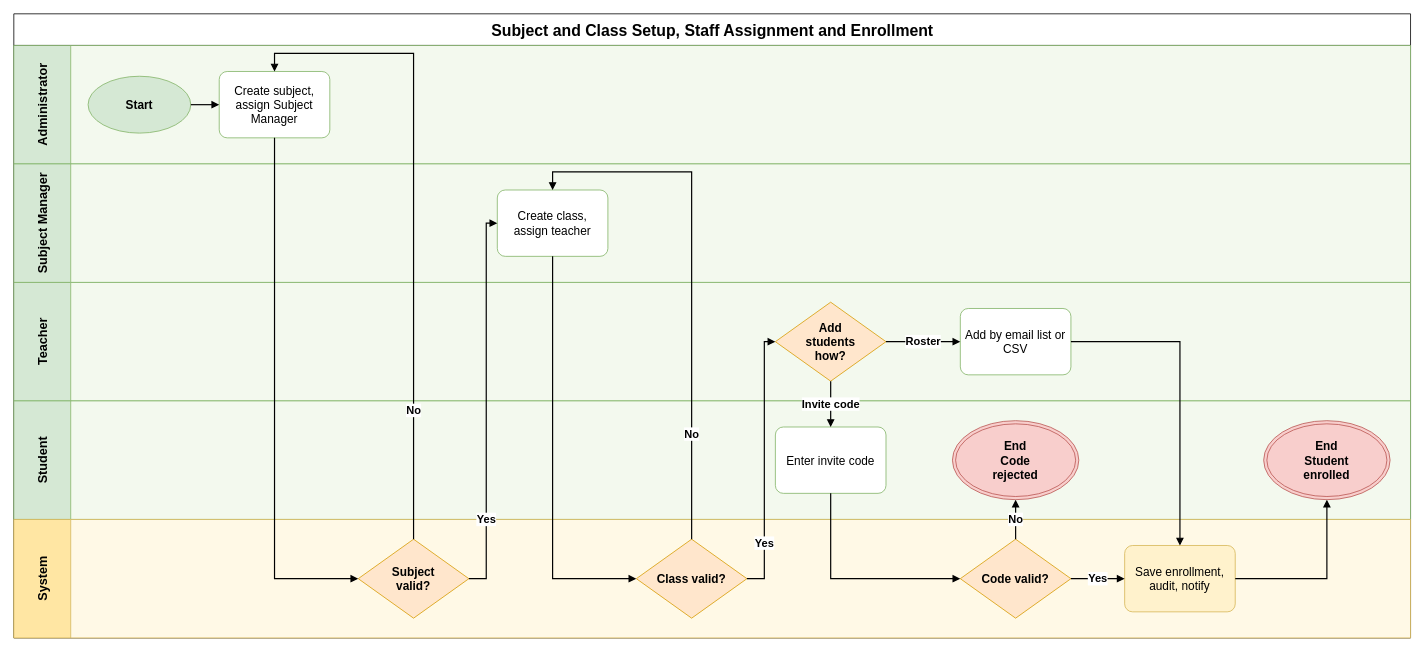
Earlier version of the draw.io diagram aidlc-docs/inception/main-business-flows/BF-01-Subject-Class-Setup-and-Enrollment.drawio (hygef-v4/AI-Powered-Learning-Platform). Source tidied: cells renumbered, new cells numbered last; positions are measured from the earlier drawing's top-left corner, leaving out a move shared by most shapes. Both pictures are drawn from the tidied source at 79%, with x=0, y=0 at pixel (13, 13).
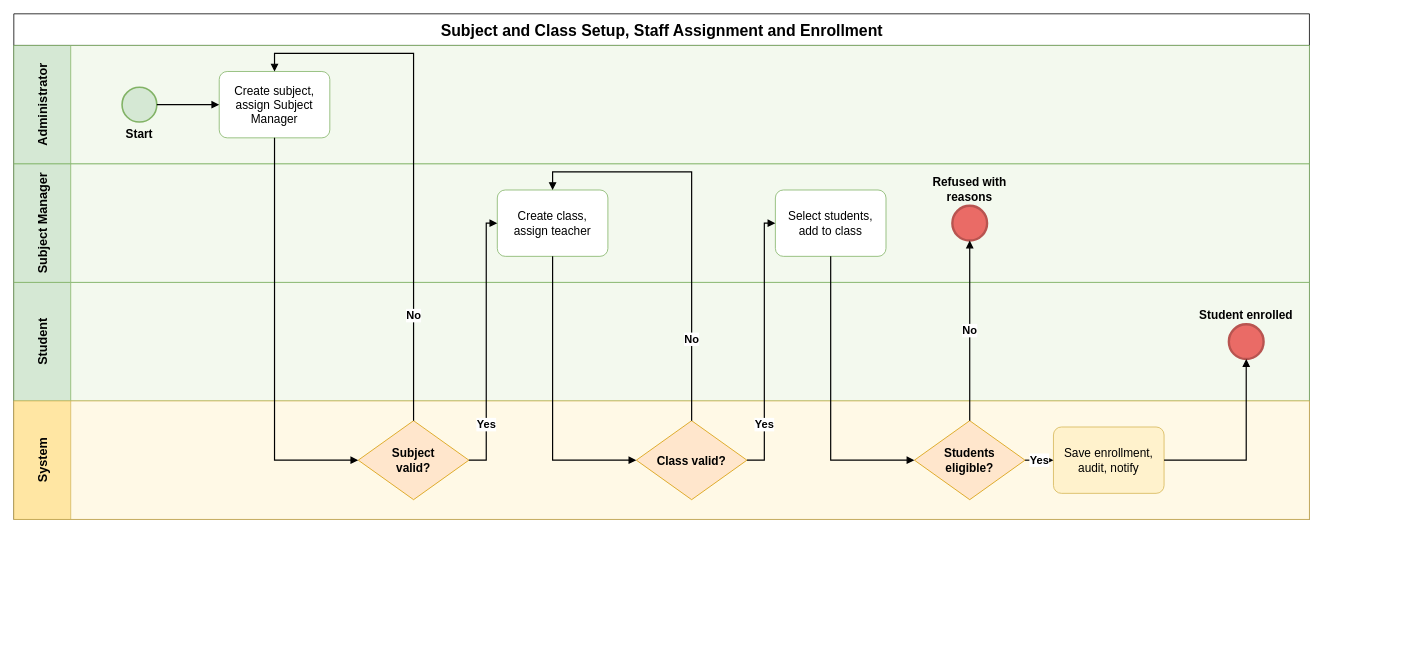
After the change.

The change refers to these unchanged cells:
```xml
<mxCell id="9" value="Create subject, assign Subject Manager" style="rounded=1;whiteSpace=wrap;html=1;fillColor=#FFFFFF;strokeColor=#82B366;fontSize=15;spacing=5;arcSize=12;" parent="3" vertex="1">
  <mxGeometry x="260" y="33" width="140" height="84" as="geometry" />
</mxCell>
<mxCell id="11" value="Create class, assign teacher" style="rounded=1;whiteSpace=wrap;html=1;fillColor=#FFFFFF;strokeColor=#82B366;fontSize=15;spacing=5;arcSize=12;" parent="4" vertex="1">
  <mxGeometry x="612" y="33" width="140" height="84" as="geometry" />
</mxCell>
```

Change to the diagram source:
```diff
@@
     <mxCell id="2" value="Subject and Class Setup, Staff Assignment and Enrollment" style="swimlane;horizontal=1;startSize=40;html=1;fontSize=20;fontStyle=1;align=center;verticalAlign=middle;" parent="1" vertex="1">
-      <mxGeometry width="1768" height="790" as="geometry" />
+      <mxGeometry width="1640" height="640" as="geometry" />
     </mxCell>
     <mxCell id="3" value="Administrator" style="swimlane;startSize=72;horizontal=0;html=1;whiteSpace=wrap;fillColor=#D5E8D4;swimlaneFillColor=#F3F9EE;strokeColor=#82B366;fontSize=16;fontStyle=1;align=center;verticalAlign=middle;spacing=4;" parent="2" vertex="1">
-      <mxGeometry y="40" width="1768" height="150" as="geometry" />
+      <mxGeometry y="40" width="1640" height="150" as="geometry" />
     </mxCell>
     <mxCell id="4" value="Subject Manager" style="swimlane;startSize=72;horizontal=0;html=1;whiteSpace=wrap;fillColor=#D5E8D4;swimlaneFillColor=#F3F9EE;strokeColor=#82B366;fontSize=16;fontStyle=1;align=center;verticalAlign=middle;spacing=4;" parent="2" vertex="1">
-      <mxGeometry y="190" width="1768" height="150" as="geometry" />
+      <mxGeometry y="190" width="1640" height="150" as="geometry" />
     </mxCell>
-    <mxCell id="5" value="Teacher" style="swimlane;startSize=72;horizontal=0;html=1;whiteSpace=wrap;fillColor=#D5E8D4;swimlaneFillColor=#F3F9EE;strokeColor=#82B366;fontSize=16;fontStyle=1;align=center;verticalAlign=middle;spacing=4;" parent="2" vertex="1">
-      <mxGeometry y="340" width="1768" height="150" as="geometry" />
+    <mxCell id="5" value="Student" style="swimlane;startSize=72;horizontal=0;html=1;whiteSpace=wrap;fillColor=#D5E8D4;swimlaneFillColor=#F3F9EE;strokeColor=#82B366;fontSize=16;fontStyle=1;align=center;verticalAlign=middle;spacing=4;" parent="2" vertex="1">
+      <mxGeometry y="340" width="1640" height="150" as="geometry" />
     </mxCell>
-    <mxCell id="6" value="Student" style="swimlane;startSize=72;horizontal=0;html=1;whiteSpace=wrap;fillColor=#D5E8D4;swimlaneFillColor=#F3F9EE;strokeColor=#82B366;fontSize=16;fontStyle=1;align=center;verticalAlign=middle;spacing=4;" parent="2" vertex="1">
-      <mxGeometry y="490" width="1768" height="150" as="geometry" />
+    <mxCell id="6" value="System" style="swimlane;startSize=72;horizontal=0;html=1;whiteSpace=wrap;fillColor=#FFE6A3;swimlaneFillColor=#FFF9E6;strokeColor=#D6B656;fontSize=16;fontStyle=1;align=center;verticalAlign=middle;spacing=4;" parent="2" vertex="1">
+      <mxGeometry y="490" width="1640" height="150" as="geometry" />
     </mxCell>
-    <mxCell id="7" value="System" style="swimlane;startSize=72;horizontal=0;html=1;whiteSpace=wrap;fillColor=#FFE6A3;swimlaneFillColor=#FFF9E6;strokeColor=#D6B656;fontSize=16;fontStyle=1;align=center;verticalAlign=middle;spacing=4;" parent="2" vertex="1">
-      <mxGeometry y="640" width="1768" height="150" as="geometry" />
-    </mxCell>
-    <mxCell id="8" value="Start" style="ellipse;whiteSpace=wrap;html=1;fillColor=#D5E8D4;strokeColor=#82B366;fontStyle=1;fontSize=15;" parent="3" vertex="1">
-      <mxGeometry x="94" y="39" width="130" height="72" as="geometry" />
+    <mxCell id="8" value="Start" style="ellipse;html=1;fillColor=#D5E8D4;strokeColor=#82B366;strokeWidth=2;fontStyle=1;fontSize=15;whiteSpace=wrap;verticalLabelPosition=bottom;verticalAlign=top;labelPosition=center;align=center;labelWidth=150;" parent="3" vertex="1">
+      <mxGeometry x="137" y="53" width="44" height="44" as="geometry" />
     </mxCell>
@@
-    <mxCell id="10" value="Subject valid?" style="rhombus;whiteSpace=wrap;html=1;fillColor=#FFE6CC;strokeColor=#D79B00;fontStyle=1;fontSize=15;spacing=2;spacingLeft=24;spacingRight=24;" parent="7" vertex="1">
+    <mxCell id="10" value="Subject valid?" style="rhombus;whiteSpace=wrap;html=1;fillColor=#FFE6CC;strokeColor=#D79B00;fontStyle=1;fontSize=15;spacing=2;spacingLeft=24;spacingRight=24;" parent="6" vertex="1">
       <mxGeometry x="436" y="25" width="140" height="100" as="geometry" />
     </mxCell>
@@
-    <mxCell id="12" value="Class valid?" style="rhombus;whiteSpace=wrap;html=1;fillColor=#FFE6CC;strokeColor=#D79B00;fontStyle=1;fontSize=15;spacing=2;spacingLeft=24;spacingRight=24;" parent="7" vertex="1">
+    <mxCell id="12" value="Class valid?" style="rhombus;whiteSpace=wrap;html=1;fillColor=#FFE6CC;strokeColor=#D79B00;fontStyle=1;fontSize=15;spacing=2;spacingLeft=24;spacingRight=24;" parent="6" vertex="1">
       <mxGeometry x="788" y="25" width="140" height="100" as="geometry" />
     </mxCell>
-    <mxCell id="13" value="Add students how?" style="rhombus;whiteSpace=wrap;html=1;fillColor=#FFE6CC;strokeColor=#D79B00;fontStyle=1;fontSize=15;spacing=2;spacingLeft=24;spacingRight=24;" parent="5" vertex="1">
-      <mxGeometry x="964" y="25" width="140" height="100" as="geometry" />
-    </mxCell>
-    <mxCell id="14" value="Enter invite code" style="rounded=1;whiteSpace=wrap;html=1;fillColor=#FFFFFF;strokeColor=#82B366;fontSize=15;spacing=5;arcSize=12;" parent="6" vertex="1">
-      <mxGeometry x="964" y="33" width="140" height="84" as="geometry" />
-    </mxCell>
-    <mxCell id="15" value="Add by email list or CSV" style="rounded=1;whiteSpace=wrap;html=1;fillColor=#FFFFFF;strokeColor=#82B366;fontSize=15;spacing=5;arcSize=12;" parent="5" vertex="1">
-      <mxGeometry x="1198.1" y="33" width="140" height="84" as="geometry" />
-    </mxCell>
-    <mxCell id="16" value="Code valid?" style="rhombus;whiteSpace=wrap;html=1;fillColor=#FFE6CC;strokeColor=#D79B00;fontStyle=1;fontSize=15;spacing=2;spacingLeft=24;spacingRight=24;" parent="7" vertex="1">
-      <mxGeometry x="1198.1" y="25" width="140" height="100" as="geometry" />
-    </mxCell>
+    <mxCell id="34" value="Select students, add to class" style="rounded=1;whiteSpace=wrap;html=1;fillColor=#FFFFFF;strokeColor=#82B366;fontSize=15;spacing=5;arcSize=12;" parent="4" vertex="1">
+      <mxGeometry x="964" y="33" width="140" height="84" as="geometry" />
+    </mxCell>
+    <mxCell id="35" value="Students eligible?" style="rhombus;whiteSpace=wrap;html=1;fillColor=#FFE6CC;strokeColor=#D79B00;fontStyle=1;fontSize=15;spacing=2;spacingLeft=24;spacingRight=24;" parent="6" vertex="1">
+      <mxGeometry x="1140" y="25" width="140" height="100" as="geometry" />
+    </mxCell>
-    <mxCell id="17" value="End&lt;br&gt;Code rejected" style="ellipse;shape=doubleEllipse;whiteSpace=wrap;html=1;fillColor=#F8CECC;strokeColor=#B85450;fontStyle=1;fontSize=15;spacingLeft=26;spacingRight=26;" parent="6" vertex="1">
-      <mxGeometry x="1188.1" y="25" width="160" height="100" as="geometry" />
+    <mxCell id="17" value="Refused with reasons" style="ellipse;html=1;fillColor=#EA6B66;strokeColor=#B85450;strokeWidth=3;fontStyle=1;fontSize=15;whiteSpace=wrap;verticalLabelPosition=top;verticalAlign=bottom;labelPosition=center;align=center;labelWidth=150;" parent="4" vertex="1">
+      <mxGeometry x="1188" y="53" width="44" height="44" as="geometry" />
     </mxCell>
-    <mxCell id="18" value="Save enrollment, audit, notify" style="rounded=1;whiteSpace=wrap;html=1;fillColor=#FFF2CC;strokeColor=#D6B656;fontSize=15;spacing=5;arcSize=12;" parent="7" vertex="1">
-      <mxGeometry x="1406.1" y="33" width="140" height="84" as="geometry" />
+    <mxCell id="18" value="Save enrollment, audit, notify" style="rounded=1;whiteSpace=wrap;html=1;fillColor=#FFF2CC;strokeColor=#D6B656;fontSize=15;spacing=5;arcSize=12;" parent="6" vertex="1">
+      <mxGeometry x="1316" y="33" width="140" height="84" as="geometry" />
     </mxCell>
-    <mxCell id="19" value="End&lt;br&gt;Student enrolled" style="ellipse;shape=doubleEllipse;whiteSpace=wrap;html=1;fillColor=#F8CECC;strokeColor=#B85450;fontStyle=1;fontSize=15;spacingLeft=26;spacingRight=26;" parent="6" vertex="1">
-      <mxGeometry x="1582.1" y="25" width="160" height="100" as="geometry" />
+    <mxCell id="19" value="Student enrolled" style="ellipse;html=1;fillColor=#EA6B66;strokeColor=#B85450;strokeWidth=3;fontStyle=1;fontSize=15;whiteSpace=wrap;verticalLabelPosition=top;verticalAlign=bottom;labelPosition=center;align=center;labelWidth=150;" parent="5" vertex="1">
+      <mxGeometry x="1538" y="53" width="44" height="44" as="geometry" />
     </mxCell>
@@
     <mxCell id="21" style="edgeStyle=orthogonalEdgeStyle;rounded=0;jettySize=18;html=1;endArrow=block;endFill=1;strokeWidth=1.5;labelBackgroundColor=#FFFFFF;fontSize=14;fontStyle=1;exitX=0.5;exitY=1;exitDx=0;exitDy=0;entryX=0;entryY=0.5;entryDx=0;entryDy=0;" parent="1" edge="1" source="9" target="10">
       <mxGeometry relative="1" as="geometry">
         <Array as="points">
-          <mxPoint x="330" y="715" />
+          <mxPoint x="330" y="565" />
         </Array>
       </mxGeometry>
     </mxCell>
@@
     <mxCell id="23" value="Yes" style="edgeStyle=orthogonalEdgeStyle;rounded=0;jettySize=18;html=1;endArrow=block;endFill=1;strokeWidth=1.5;labelBackgroundColor=#FFFFFF;fontSize=14;fontStyle=1;exitX=1;exitY=0.5;exitDx=0;exitDy=0;entryX=0;entryY=0.5;entryDx=0;entryDy=0;" parent="1" edge="1" source="10" target="11">
       <mxGeometry x="-0.6" relative="1" as="geometry">
         <Array as="points">
-          <mxPoint x="598" y="715" />
+          <mxPoint x="598" y="565" />
           <mxPoint x="598" y="265" />
         </Array>
       </mxGeometry>
     </mxCell>
     <mxCell id="24" style="edgeStyle=orthogonalEdgeStyle;rounded=0;jettySize=18;html=1;endArrow=block;endFill=1;strokeWidth=1.5;labelBackgroundColor=#FFFFFF;fontSize=14;fontStyle=1;exitX=0.5;exitY=1;exitDx=0;exitDy=0;entryX=0;entryY=0.5;entryDx=0;entryDy=0;" parent="1" edge="1" source="11" target="12">
       <mxGeometry relative="1" as="geometry">
         <Array as="points">
-          <mxPoint x="682" y="715" />
+          <mxPoint x="682" y="565" />
         </Array>
       </mxGeometry>
     </mxCell>
@@
-    <mxCell id="26" value="Yes" style="edgeStyle=orthogonalEdgeStyle;rounded=0;jettySize=18;html=1;endArrow=block;endFill=1;strokeWidth=1.5;labelBackgroundColor=#FFFFFF;fontSize=14;fontStyle=1;exitX=1;exitY=0.5;exitDx=0;exitDy=0;entryX=0;entryY=0.5;entryDx=0;entryDy=0;" parent="1" edge="1" source="12" target="13">
+    <mxCell id="26" value="Yes" style="edgeStyle=orthogonalEdgeStyle;rounded=0;jettySize=18;html=1;endArrow=block;endFill=1;strokeWidth=1.5;labelBackgroundColor=#FFFFFF;fontSize=14;fontStyle=1;exitX=1;exitY=0.5;exitDx=0;exitDy=0;entryX=0;entryY=0.5;entryDx=0;entryDy=0;" parent="1" edge="1" source="12" target="34">
       <mxGeometry x="-0.6" relative="1" as="geometry">
         <Array as="points">
-          <mxPoint x="950" y="715" />
-          <mxPoint x="950" y="415" />
+          <mxPoint x="950" y="565" />
+          <mxPoint x="950" y="265" />
         </Array>
       </mxGeometry>
     </mxCell>
-    <mxCell id="27" value="Invite code" style="edgeStyle=orthogonalEdgeStyle;rounded=0;jettySize=18;html=1;endArrow=block;endFill=1;strokeWidth=1.5;labelBackgroundColor=#FFFFFF;fontSize=14;fontStyle=1;exitX=0.5;exitY=1;exitDx=0;exitDy=0;entryX=0.5;entryY=0;entryDx=0;entryDy=0;" parent="1" edge="1" source="13" target="14">
-      <mxGeometry relative="1" as="geometry" />
+    <mxCell id="27" style="edgeStyle=orthogonalEdgeStyle;rounded=0;jettySize=18;html=1;endArrow=block;endFill=1;strokeWidth=1.5;labelBackgroundColor=#FFFFFF;fontSize=14;fontStyle=1;exitX=0.5;exitY=1;exitDx=0;exitDy=0;entryX=0;entryY=0.5;entryDx=0;entryDy=0;" parent="1" edge="1" source="34" target="35">
+      <mxGeometry relative="1" as="geometry">
+        <Array as="points">
+          <mxPoint x="1034" y="565" />
+        </Array>
+      </mxGeometry>
     </mxCell>
-    <mxCell id="28" value="Roster" style="edgeStyle=orthogonalEdgeStyle;rounded=0;jettySize=18;html=1;endArrow=block;endFill=1;strokeWidth=1.5;labelBackgroundColor=#FFFFFF;fontSize=14;fontStyle=1;exitX=1;exitY=0.5;exitDx=0;exitDy=0;entryX=0;entryY=0.5;entryDx=0;entryDy=0;" parent="1" edge="1" source="13" target="15">
+    <mxCell id="28" value="No" style="edgeStyle=orthogonalEdgeStyle;rounded=0;jettySize=18;html=1;endArrow=block;endFill=1;strokeWidth=1.5;labelBackgroundColor=#FFFFFF;fontSize=14;fontStyle=1;exitX=0.5;exitY=0;exitDx=0;exitDy=0;entryX=0.5;entryY=1;entryDx=0;entryDy=0;" parent="1" edge="1" source="35" target="17">
       <mxGeometry relative="1" as="geometry" />
     </mxCell>
-    <mxCell id="29" style="edgeStyle=orthogonalEdgeStyle;rounded=0;jettySize=18;html=1;endArrow=block;endFill=1;strokeWidth=1.5;labelBackgroundColor=#FFFFFF;fontSize=14;fontStyle=1;exitX=0.5;exitY=1;exitDx=0;exitDy=0;entryX=0;entryY=0.5;entryDx=0;entryDy=0;" parent="1" edge="1" source="14" target="16">
-      <mxGeometry relative="1" as="geometry">
-        <Array as="points">
-          <mxPoint x="1034" y="715" />
-        </Array>
-      </mxGeometry>
+    <mxCell id="29" value="Yes" style="edgeStyle=orthogonalEdgeStyle;rounded=0;jettySize=18;html=1;endArrow=block;endFill=1;strokeWidth=1.5;labelBackgroundColor=#FFFFFF;fontSize=14;fontStyle=1;exitX=1;exitY=0.5;exitDx=0;exitDy=0;entryX=0;entryY=0.5;entryDx=0;entryDy=0;" parent="1" edge="1" source="35" target="18">
+      <mxGeometry relative="1" as="geometry" />
     </mxCell>
-    <mxCell id="30" value="No" style="edgeStyle=orthogonalEdgeStyle;rounded=0;jettySize=18;html=1;endArrow=block;endFill=1;strokeWidth=1.5;labelBackgroundColor=#FFFFFF;fontSize=14;fontStyle=1;exitX=0.5;exitY=0;exitDx=0;exitDy=0;entryX=0.5;entryY=1;entryDx=0;entryDy=0;" parent="1" edge="1" source="16" target="17">
-      <mxGeometry relative="1" as="geometry" />
+    <mxCell id="30" style="edgeStyle=orthogonalEdgeStyle;rounded=0;jettySize=18;html=1;endArrow=block;endFill=1;strokeWidth=1.5;labelBackgroundColor=#FFFFFF;fontSize=14;fontStyle=1;exitX=1;exitY=0.5;exitDx=0;exitDy=0;entryX=0.5;entryY=1;entryDx=0;entryDy=0;" parent="1" edge="1" source="18" target="19">
+      <mxGeometry relative="1" as="geometry">
+        <Array as="points">
+          <mxPoint x="1560" y="565" />
+        </Array>
+      </mxGeometry>
     </mxCell>
-    <mxCell id="31" value="Yes" style="edgeStyle=orthogonalEdgeStyle;rounded=0;jettySize=18;html=1;endArrow=block;endFill=1;strokeWidth=1.5;labelBackgroundColor=#FFFFFF;fontSize=14;fontStyle=1;exitX=1;exitY=0.5;exitDx=0;exitDy=0;entryX=0;entryY=0.5;entryDx=0;entryDy=0;" parent="1" edge="1" source="16" target="18">
-      <mxGeometry relative="1" as="geometry" />
-    </mxCell>
-    <mxCell id="32" style="edgeStyle=orthogonalEdgeStyle;rounded=0;jettySize=18;html=1;endArrow=block;endFill=1;strokeWidth=1.5;labelBackgroundColor=#FFFFFF;fontSize=14;fontStyle=1;exitX=1;exitY=0.5;exitDx=0;exitDy=0;entryX=0.5;entryY=0;entryDx=0;entryDy=0;" parent="1" edge="1" source="15" target="18">
-      <mxGeometry relative="1" as="geometry">
-        <Array as="points">
-          <mxPoint x="1476.1" y="415" />
-        </Array>
-      </mxGeometry>
-    </mxCell>
-    <mxCell id="33" style="edgeStyle=orthogonalEdgeStyle;rounded=0;jettySize=18;html=1;endArrow=block;endFill=1;strokeWidth=1.5;labelBackgroundColor=#FFFFFF;fontSize=14;fontStyle=1;exitX=1;exitY=0.5;exitDx=0;exitDy=0;entryX=0.5;entryY=1;entryDx=0;entryDy=0;" parent="1" edge="1" source="18" target="19">
-      <mxGeometry relative="1" as="geometry">
-        <Array as="points">
-          <mxPoint x="1662.1" y="715" />
-        </Array>
-      </mxGeometry>
-    </mxCell>
```
